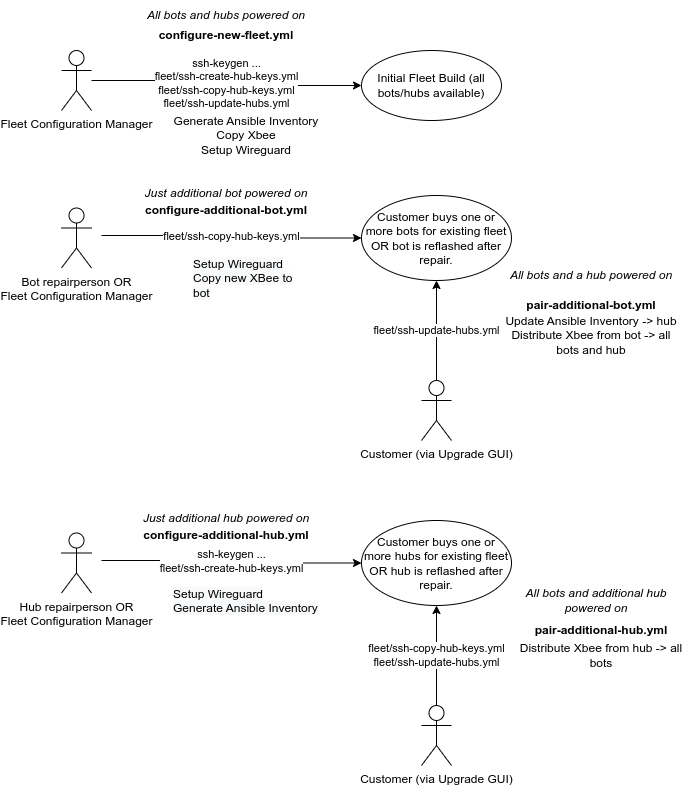
This is src/doc/figures/jaia-ssh-use-cases.png from jaiarobotics/jaiabot, a draw.io export, as it was before one commit. Source tidied: cells renumbered, new cells last; positions are measured from the earlier drawing's top-left corner, leaving out a move shared by most shapes.
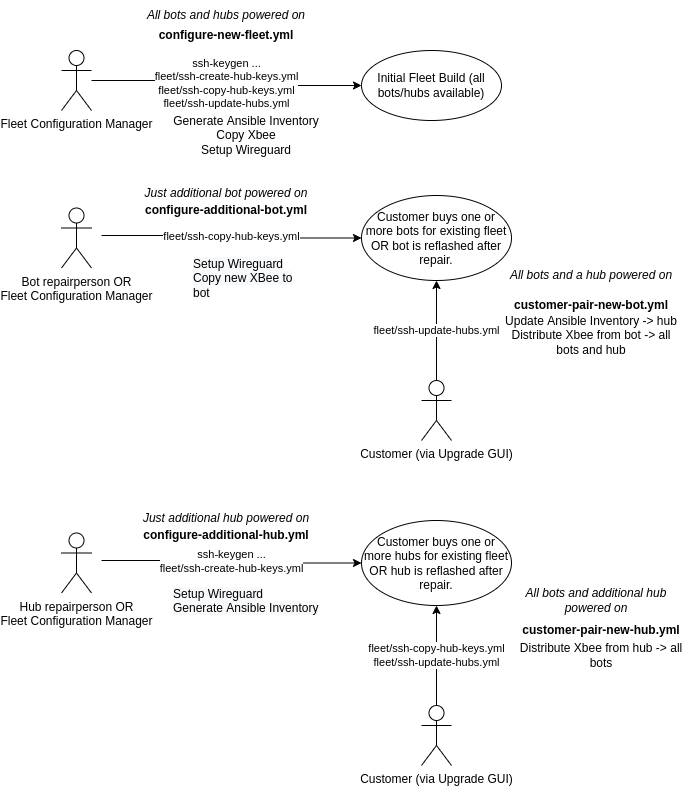
Later version of the same file.

Commit message:
Update figure to match use cases as written

Diff of the diagram source:
```diff
@@ -69,10 +69,10 @@
     <mxCell id="22" value="&lt;b&gt;configure-additional-hub.yml&lt;/b&gt;" style="text;html=1;strokeColor=none;fillColor=none;align=center;verticalAlign=middle;whiteSpace=wrap;rounded=0;" parent="1" vertex="1">
       <mxGeometry x="70" y="520" width="190" height="30" as="geometry" />
     </mxCell>
-    <mxCell id="23" value="&lt;b&gt;pair-additional-bot.yml&lt;/b&gt;" style="text;html=1;strokeColor=none;fillColor=none;align=center;verticalAlign=middle;whiteSpace=wrap;rounded=0;" parent="1" vertex="1">
+    <mxCell id="23" value="&lt;b&gt;customer-pair-new-bot.yml&lt;/b&gt;" style="text;html=1;strokeColor=none;fillColor=none;align=center;verticalAlign=middle;whiteSpace=wrap;rounded=0;" parent="1" vertex="1">
       <mxGeometry x="435" y="290" width="190" height="30" as="geometry" />
     </mxCell>
-    <mxCell id="24" value="&lt;b&gt;pair-additional-hub.yml&lt;/b&gt;" style="text;html=1;strokeColor=none;fillColor=none;align=center;verticalAlign=middle;whiteSpace=wrap;rounded=0;" parent="1" vertex="1">
+    <mxCell id="24" value="&lt;b&gt;customer-pair-new-hub.yml&lt;/b&gt;" style="text;html=1;strokeColor=none;fillColor=none;align=center;verticalAlign=middle;whiteSpace=wrap;rounded=0;" parent="1" vertex="1">
       <mxGeometry x="445" y="615" width="190" height="30" as="geometry" />
     </mxCell>
     <mxCell id="25" value="&lt;span&gt;All bots and hubs powered on&lt;/span&gt;" style="text;html=1;strokeColor=none;fillColor=none;align=center;verticalAlign=middle;whiteSpace=wrap;rounded=0;fontStyle=2;" parent="1" vertex="1">
```
